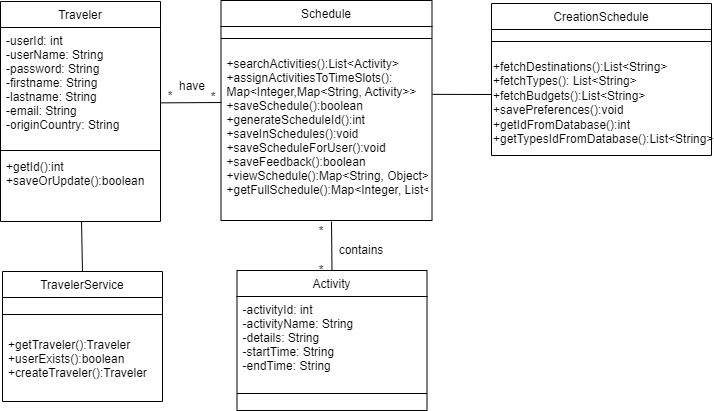
Above: Diagrams/FinalClassDiagram.drawio.png in EleftheriaKoutsiouri/Scheduluxe (draw.io), before the change. Source tidied: cells renumbered, new cells last; positions are measured from the earlier drawing's top-left corner, leaving out a move shared by most shapes.
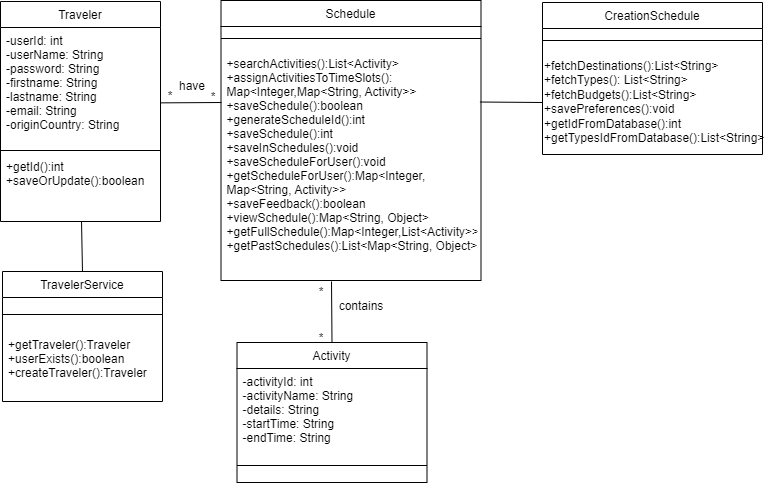
Later version of the same file.

Commit message:
final class diagram

What changed in the source:
```diff
@@ -15,7 +15,7 @@
       <mxGeometry y="152" width="160" height="68" as="geometry" />
     </mxCell>
     <mxCell id="6" value="CreationSchedule" style="swimlane;fontStyle=0;align=center;verticalAlign=top;horizontal=1;startSize=26;rounded=0;shadow=0;strokeWidth=1;" parent="1" vertex="1">
-      <mxGeometry x="491" y="3" width="220" height="152" as="geometry" />
+      <mxGeometry x="542" y="2" width="220" height="152" as="geometry" />
     </mxCell>
     <mxCell id="7" style="line;html=1;strokeWidth=1;align=left;verticalAlign=middle;spacingTop=-1;spacingLeft=3;spacingRight=3;labelPosition=right;" parent="6" vertex="1">
       <mxGeometry y="26" width="220" height="24" as="geometry" />
@@ -24,7 +24,7 @@
       <mxGeometry y="50" width="220" height="100" as="geometry" />
     </mxCell>
     <mxCell id="9" value="Activity" style="swimlane;fontStyle=0;align=center;verticalAlign=top;horizontal=1;startSize=26;rounded=0;shadow=0;strokeWidth=1;" parent="1" vertex="1">
-      <mxGeometry x="236.5" y="270" width="190" height="140" as="geometry" />
+      <mxGeometry x="236.5" y="342" width="190" height="140" as="geometry" />
     </mxCell>
     <mxCell id="10" value="-activityId: int&#10;-activityName: String&#10;-details: String&#10;-startTime: String&#10;-endTime: String&#10;&#10;" style="text;align=left;verticalAlign=top;spacingLeft=4;spacingRight=4;overflow=hidden;" parent="9" vertex="1">
       <mxGeometry y="26" width="190" height="94" as="geometry" />
@@ -36,27 +36,27 @@
       <mxGeometry x="160" y="91" width="20" height="10" as="geometry" />
     </mxCell>
     <mxCell id="13" value="Schedule" style="swimlane;fontStyle=0;align=center;verticalAlign=top;horizontal=1;startSize=26;rounded=0;shadow=0;strokeWidth=1;" parent="1" vertex="1">
-      <mxGeometry x="220.5" width="211" height="220" as="geometry" />
+      <mxGeometry x="220.5" width="260" height="280" as="geometry" />
     </mxCell>
     <mxCell id="14" style="line;html=1;strokeWidth=1;align=left;verticalAlign=middle;spacingTop=-1;spacingLeft=3;spacingRight=3;labelPosition=right;" parent="13" vertex="1">
-      <mxGeometry y="26" width="211" height="24" as="geometry" />
+      <mxGeometry y="26" width="260" height="24" as="geometry" />
     </mxCell>
-    <mxCell id="15" value="+searchActivities():List&lt;Activity&gt;&#10;+assignActivitiesToTimeSlots():&#10;Map&lt;Integer,Map&lt;String, Activity&gt;&gt;&#10;+saveSchedule():boolean&#10;+generateScheduleId():int&#10;+saveInSchedules():void&#10;+saveScheduleForUser():void&#10;+saveFeedback():boolean&#10;+viewSchedule():Map&lt;String, Object&gt;&#10;+getFullSchedule():Map&lt;Integer, List&lt;Activity&gt;&gt;" style="text;align=left;verticalAlign=top;spacingLeft=4;spacingRight=4;overflow=hidden;points=[[0,0.5],[1,0.5]];portConstraint=eastwest;" parent="13" vertex="1">
-      <mxGeometry y="50" width="211" height="170" as="geometry" />
+    <mxCell id="15" value="+searchActivities():List&lt;Activity&gt;&#10;+assignActivitiesToTimeSlots():&#10;Map&lt;Integer,Map&lt;String, Activity&gt;&gt;&#10;+saveSchedule():boolean&#10;+generateScheduleId():int&#10;+saveSchedule():int&#10;+saveInSchedules():void&#10;+saveScheduleForUser():void&#10;+getScheduleForUser():Map&lt;Integer,&#10;Map&lt;String, Activity&gt;&gt;&#10;+saveFeedback():boolean&#10;+viewSchedule():Map&lt;String, Object&gt;&#10;+getFullSchedule():Map&lt;Integer,List&lt;Activity&gt;&gt;&#10;+getPastSchedules():List&lt;Map&lt;String, Object&gt;&gt;" style="text;align=left;verticalAlign=top;spacingLeft=4;spacingRight=4;overflow=hidden;points=[[0,0.5],[1,0.5]];portConstraint=eastwest;" parent="13" vertex="1">
+      <mxGeometry y="50" width="260" height="230" as="geometry" />
     </mxCell>
     <mxCell id="16" style="endArrow=none;html=1;rounded=0;exitX=0.5;exitY=0;exitDx=0;exitDy=0;" parent="1" edge="1" source="9">
       <mxGeometry relative="1" as="geometry">
-        <mxPoint x="331" y="221" as="targetPoint" />
+        <mxPoint x="331" y="281" as="targetPoint" />
       </mxGeometry>
     </mxCell>
     <mxCell id="17" value="contains" style="text;html=1;strokeColor=none;fillColor=none;align=center;verticalAlign=middle;whiteSpace=wrap;rounded=0;" parent="1" vertex="1">
-      <mxGeometry x="331" y="235" width="60" height="30" as="geometry" />
+      <mxGeometry x="331" y="291" width="60" height="30" as="geometry" />
     </mxCell>
     <mxCell id="18" value="*" style="text;html=1;strokeColor=none;fillColor=none;align=center;verticalAlign=middle;whiteSpace=wrap;rounded=0;" parent="1" vertex="1">
-      <mxGeometry x="311" y="221" width="20" height="20" as="geometry" />
+      <mxGeometry x="311" y="282" width="20" height="20" as="geometry" />
     </mxCell>
     <mxCell id="19" value="*" style="text;html=1;strokeColor=none;fillColor=none;align=center;verticalAlign=middle;whiteSpace=wrap;rounded=0;" parent="1" vertex="1">
-      <mxGeometry x="311" y="260" width="20" height="20" as="geometry" />
+      <mxGeometry x="311" y="328" width="20" height="20" as="geometry" />
     </mxCell>
     <mxCell id="20" value="TravelerService" style="swimlane;fontStyle=0;align=center;verticalAlign=top;horizontal=1;startSize=26;rounded=0;shadow=0;strokeWidth=1;" parent="1" vertex="1">
       <mxGeometry x="2" y="271" width="160" height="130" as="geometry" />
@@ -72,10 +72,8 @@
         <mxPoint x="81" y="221" as="targetPoint" />
       </mxGeometry>
     </mxCell>
-    <mxCell id="24" style="endArrow=none;html=1;rounded=0;exitX=-0.006;exitY=0.41;exitDx=0;exitDy=0;exitPerimeter=0;entryX=1.003;entryY=0.258;entryDx=0;entryDy=0;entryPerimeter=0;" parent="1" edge="1" target="15">
-      <mxGeometry relative="1" as="geometry">
-        <mxPoint x="490.7" y="94" as="sourcePoint" />
-      </mxGeometry>
+    <mxCell id="24" style="endArrow=none;html=1;rounded=0;exitX=0;exitY=0.5;exitDx=0;exitDy=0;entryX=0.996;entryY=0.224;entryDx=0;entryDy=0;entryPerimeter=0;" parent="1" edge="1" source="8" target="15">
+      <mxGeometry relative="1" as="geometry" />
     </mxCell>
     <mxCell id="25" style="endArrow=none;html=1;rounded=0;exitX=1.002;exitY=0.628;exitDx=0;exitDy=0;exitPerimeter=0;" parent="1" edge="1" source="3">
       <mxGeometry relative="1" as="geometry">
```
